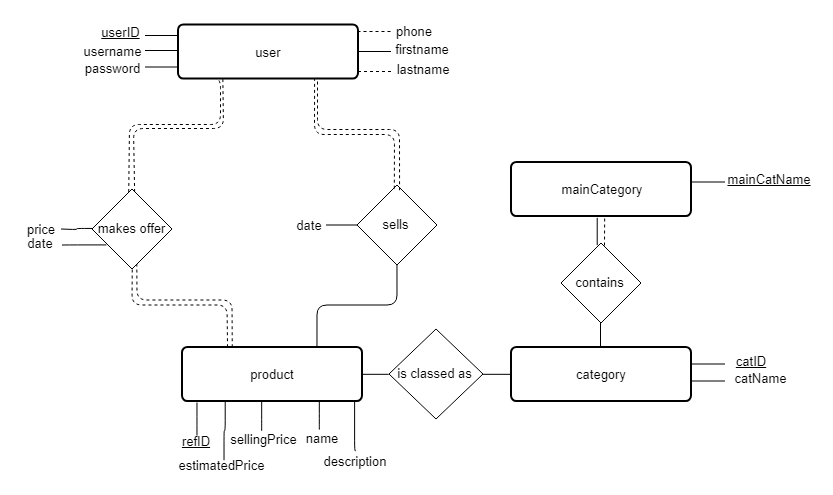
JonathanCaspar/Database-Project keeps this draw.io diagram as modeleEA/modeleEA.png. Above is the earlier version. Source tidied: cells renumbered, new cells last; positions are measured from the earlier drawing's top-left corner, leaving out a move shared by most shapes.
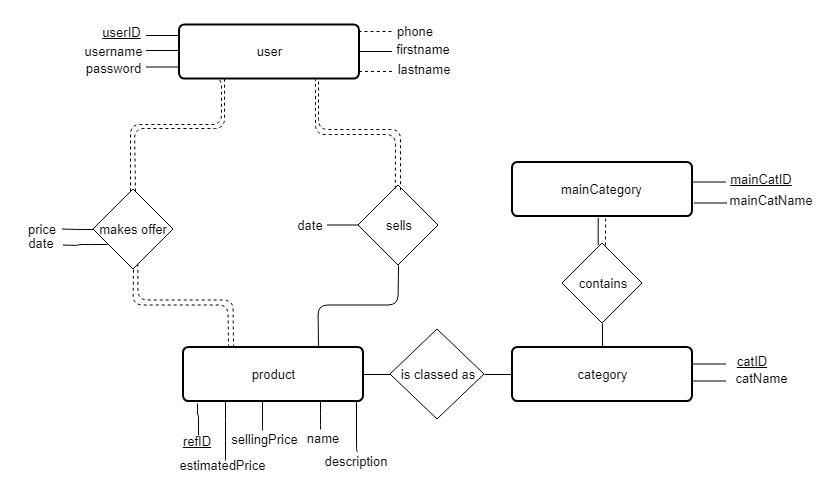
After the commit.

The edit, as a diff of the source:
```diff
@@ -118,8 +118,8 @@
         <mxPoint x="704.5" y="161.5" as="targetPoint" />
       </mxGeometry>
     </mxCell>
-    <mxCell id="28" value="mainCatName" style="text;html=1;strokeColor=none;fillColor=none;align=center;verticalAlign=middle;whiteSpace=wrap;rounded=0;fontSize=13;fontColor=none;fontStyle=4;" parent="1" vertex="1">
-      <mxGeometry x="729" y="148.7" width="40" height="20" as="geometry" />
+    <mxCell id="28" value="mainCatID" style="text;html=1;strokeColor=none;fillColor=none;align=center;verticalAlign=middle;whiteSpace=wrap;rounded=0;fontSize=13;fontColor=none;fontStyle=4;" parent="1" vertex="1">
+      <mxGeometry x="720" y="148.7" width="40" height="20" as="geometry" />
     </mxCell>
     <mxCell id="29" style="endArrow=none;html=1;edgeStyle=orthogonalEdgeStyle;fontSize=13;fontColor=none;" parent="1" edge="1">
       <mxGeometry relative="1" as="geometry">
@@ -279,5 +279,14 @@
     <mxCell id="55" value="userID" style="text;html=1;strokeColor=none;fillColor=none;align=center;verticalAlign=middle;whiteSpace=wrap;rounded=0;fontSize=13;fontColor=none;fontStyle=4;" parent="1" vertex="1">
       <mxGeometry x="80" y="1.2" width="40" height="20" as="geometry" />
     </mxCell>
+    <mxCell id="56" style="endArrow=none;html=1;edgeStyle=orthogonalEdgeStyle;fontSize=13;fontColor=none;" parent="1" edge="1">
+      <mxGeometry relative="1" as="geometry">
+        <mxPoint x="672.5" y="182.5" as="sourcePoint" />
+        <mxPoint x="705.5" y="182.5" as="targetPoint" />
+      </mxGeometry>
+    </mxCell>
+    <mxCell id="57" value="mainCatName" style="text;html=1;strokeColor=none;fillColor=none;align=center;verticalAlign=middle;whiteSpace=wrap;rounded=0;fontSize=13;fontColor=none;fontStyle=0;" parent="1" vertex="1">
+      <mxGeometry x="730" y="169.7" width="40" height="20" as="geometry" />
+    </mxCell>
   </root>
 </mxGraphModel>
```
